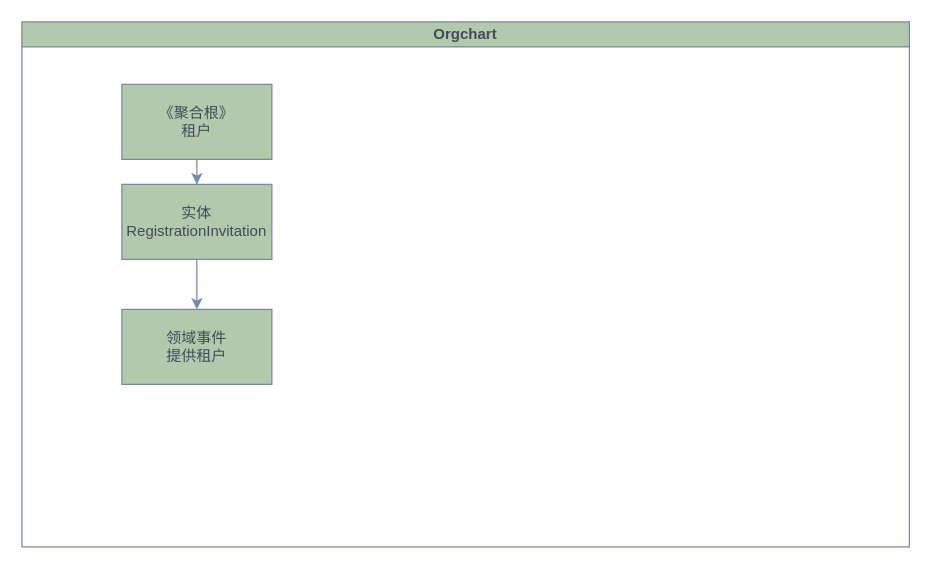
Above: 上下文.drawio in gezb19890407/CoreMvcTest (draw.io), before the change. Source tidied: cells renumbered, new cells numbered last; positions are measured from the earlier drawing's top-left corner, leaving out a move shared by most shapes. Both pictures are drawn from the tidied source at 125%, with x=0, y=0 at pixel (21, 21).
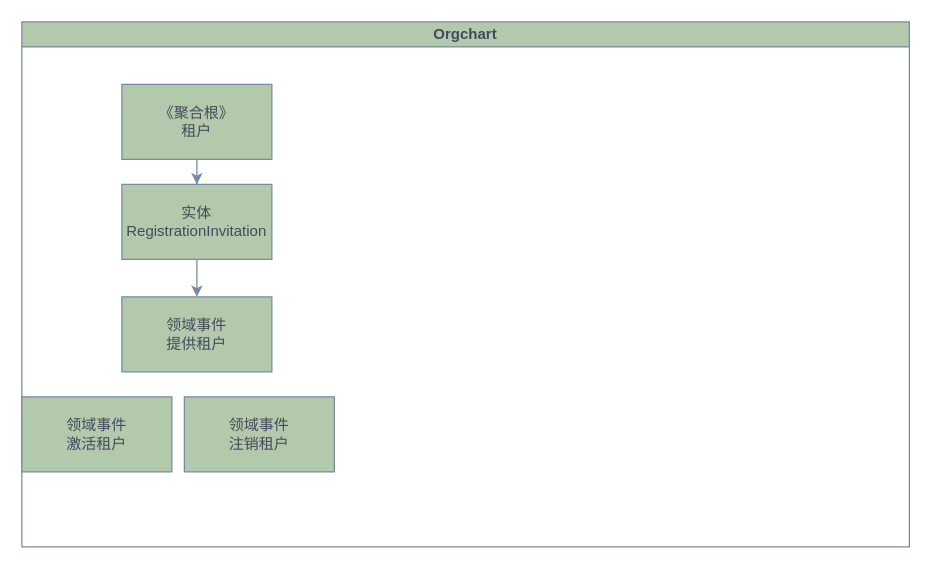
Above is the later version.

Commit message:
更新上下文.drawio

Diff of the diagram source:
```diff
@@
 <mxGraphModel>
   <root>
     <mxCell id="0" />
     <mxCell id="1" parent="0" />
     <mxCell id="2" value="Orgchart" style="swimlane;startSize=20;horizontal=1;containerType=tree;glass=0;labelBackgroundColor=none;fillColor=#B2C9AB;strokeColor=#788AA3;fontColor=#46495D;whiteSpace=wrap;html=1;spacing=0;" parent="1" vertex="1">
       <mxGeometry width="710" height="420" as="geometry" />
     </mxCell>
     <mxCell id="3" value="《聚合根》&lt;br&gt;租户" style="rounded=0;whiteSpace=wrap;html=1;fillColor=#B2C9AB;strokeColor=#788AA3;align=center;labelBackgroundColor=none;fontColor=#46495D;" parent="2" vertex="1">
       <mxGeometry x="80" y="50" width="120" height="60" as="geometry" />
     </mxCell>
     <mxCell id="4" style="edgeStyle=orthogonalEdgeStyle;rounded=0;jettySize=auto;html=1;labelBackgroundColor=none;strokeColor=#788AA3;fontColor=default;" parent="2" edge="1" source="3" target="5">
       <mxGeometry relative="1" as="geometry" />
     </mxCell>
     <mxCell id="5" value="实体&lt;br&gt;RegistrationInvitation" style="rounded=0;whiteSpace=wrap;html=1;labelBackgroundColor=none;fillColor=#B2C9AB;strokeColor=#788AA3;fontColor=#46495D;" parent="2" vertex="1">
       <mxGeometry x="80" y="130" width="120" height="60" as="geometry" />
     </mxCell>
     <mxCell id="6" style="edgeStyle=orthogonalEdgeStyle;rounded=0;jettySize=auto;html=1;labelBackgroundColor=none;strokeColor=#788AA3;fontColor=default;" parent="2" edge="1" source="5" target="7">
       <mxGeometry relative="1" as="geometry" />
     </mxCell>
     <mxCell id="7" value="领域事件&lt;br&gt;提供租户" style="rounded=0;whiteSpace=wrap;html=1;labelBackgroundColor=none;fillColor=#B2C9AB;strokeColor=#788AA3;fontColor=#46495D;" parent="2" vertex="1">
-      <mxGeometry x="80" y="230" width="120" height="60" as="geometry" />
+      <mxGeometry x="80" y="220" width="120" height="60" as="geometry" />
     </mxCell>
+    <mxCell id="8" value="领域事件&lt;br&gt;激活租户" style="rounded=0;whiteSpace=wrap;html=1;labelBackgroundColor=none;fillColor=#B2C9AB;strokeColor=#788AA3;fontColor=#46495D;" parent="2" vertex="1">
+      <mxGeometry y="300" width="120" height="60" as="geometry" />
+    </mxCell>
+    <mxCell id="9" value="领域事件&lt;br&gt;注销租户" style="rounded=0;whiteSpace=wrap;html=1;labelBackgroundColor=none;fillColor=#B2C9AB;strokeColor=#788AA3;fontColor=#46495D;" parent="2" vertex="1">
+      <mxGeometry x="130" y="300" width="120" height="60" as="geometry" />
+    </mxCell>
   </root>
 </mxGraphModel>
```
